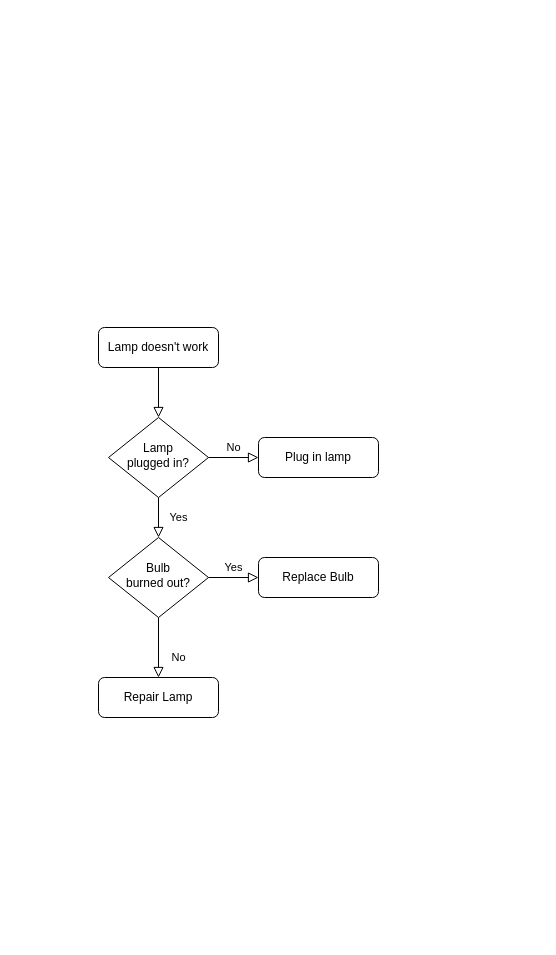
Above: Diagrama sem nome.drawio in ern85/diagramas (draw.io), before the change. Source tidied: cells renumbered, new cells numbered last; positions are measured from the earlier drawing's top-left corner, leaving out a move shared by most shapes. Both pictures are drawn from the tidied source at 100%, with x=0, y=0 at pixel (98, 327).
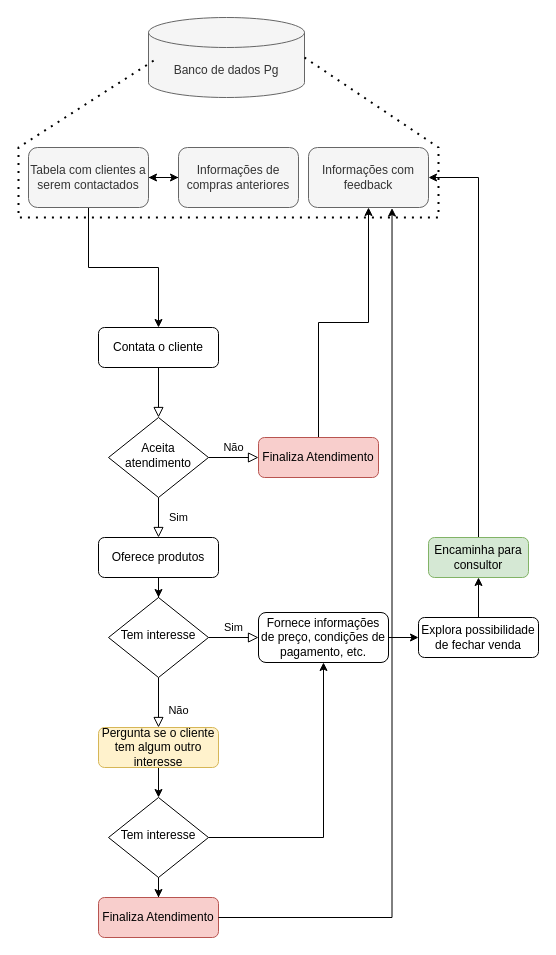
The same diagram, later.

Diff of the diagram source:
```diff
@@
-    <mxCell id="3" value="Lamp doesn't work" style="rounded=1;whiteSpace=wrap;html=1;fontSize=12;glass=0;strokeWidth=1;shadow=0;" parent="1" vertex="1">
+    <mxCell id="3" value="Contata o cliente" style="rounded=1;whiteSpace=wrap;html=1;fontSize=12;glass=0;strokeWidth=1;shadow=0;" parent="1" vertex="1">
       <mxGeometry width="120" height="40" as="geometry" />
     </mxCell>
-    <mxCell id="4" value="Yes" style="rounded=0;html=1;jettySize=auto;fontSize=11;endArrow=block;endFill=0;endSize=8;strokeWidth=1;shadow=0;labelBackgroundColor=none;edgeStyle=orthogonalEdgeStyle;" parent="1" edge="1" source="6" target="10">
+    <mxCell id="4" value="Sim" style="rounded=0;html=1;jettySize=auto;fontSize=11;endArrow=block;endFill=0;endSize=8;strokeWidth=1;shadow=0;labelBackgroundColor=none;edgeStyle=orthogonalEdgeStyle;entryX=0.5;entryY=0;entryDx=0;entryDy=0;" parent="1" edge="1" source="6" target="22">
       <mxGeometry y="20" relative="1" as="geometry" />
     </mxCell>
-    <mxCell id="5" value="No" style="edgeStyle=orthogonalEdgeStyle;rounded=0;html=1;jettySize=auto;fontSize=11;endArrow=block;endFill=0;endSize=8;strokeWidth=1;shadow=0;labelBackgroundColor=none;" parent="1" edge="1" source="6" target="7">
+    <mxCell id="5" value="Não" style="edgeStyle=orthogonalEdgeStyle;rounded=0;html=1;jettySize=auto;fontSize=11;endArrow=block;endFill=0;endSize=8;strokeWidth=1;shadow=0;labelBackgroundColor=none;" parent="1" edge="1" source="6" target="7">
       <mxGeometry y="10" relative="1" as="geometry" />
     </mxCell>
-    <mxCell id="6" value="Lamp&lt;br&gt;plugged in?" style="rhombus;whiteSpace=wrap;html=1;shadow=0;fontFamily=Helvetica;fontSize=12;align=center;strokeWidth=1;spacing=6;spacingTop=-4;" parent="1" vertex="1">
+    <mxCell id="6" value="Aceita atendimento" style="rhombus;whiteSpace=wrap;html=1;shadow=0;fontFamily=Helvetica;fontSize=12;align=center;strokeWidth=1;spacing=6;spacingTop=-4;" parent="1" vertex="1">
       <mxGeometry x="10" y="90" width="100" height="80" as="geometry" />
     </mxCell>
+    <mxCell id="13" style="edgeStyle=orthogonalEdgeStyle;rounded=0;jettySize=auto;html=1;" parent="1" edge="1" source="7" target="20">
+      <mxGeometry relative="1" as="geometry" />
+    </mxCell>
-    <mxCell id="7" value="Plug in lamp" style="rounded=1;whiteSpace=wrap;html=1;fontSize=12;glass=0;strokeWidth=1;shadow=0;" parent="1" vertex="1">
+    <mxCell id="7" value="Finaliza Atendimento" style="rounded=1;whiteSpace=wrap;html=1;fontSize=12;glass=0;strokeWidth=1;shadow=0;fillColor=#f8cecc;strokeColor=#b85450;" parent="1" vertex="1">
       <mxGeometry x="160" y="110" width="120" height="40" as="geometry" />
     </mxCell>
-    <mxCell id="8" value="No" style="rounded=0;html=1;jettySize=auto;fontSize=11;endArrow=block;endFill=0;endSize=8;strokeWidth=1;shadow=0;labelBackgroundColor=none;edgeStyle=orthogonalEdgeStyle;" parent="1" edge="1" source="10" target="11">
+    <mxCell id="8" value="Não" style="rounded=0;html=1;jettySize=auto;fontSize=11;endArrow=block;endFill=0;endSize=8;strokeWidth=1;shadow=0;labelBackgroundColor=none;edgeStyle=orthogonalEdgeStyle;" parent="1" edge="1" source="10" target="11">
       <mxGeometry x="0.33" y="20" relative="1" as="geometry" />
     </mxCell>
-    <mxCell id="9" value="Yes" style="edgeStyle=orthogonalEdgeStyle;rounded=0;html=1;jettySize=auto;fontSize=11;endArrow=block;endFill=0;endSize=8;strokeWidth=1;shadow=0;labelBackgroundColor=none;" parent="1" edge="1" source="10" target="12">
+    <mxCell id="9" value="Sim" style="edgeStyle=orthogonalEdgeStyle;rounded=0;html=1;jettySize=auto;fontSize=11;endArrow=block;endFill=0;endSize=8;strokeWidth=1;shadow=0;labelBackgroundColor=none;" parent="1" edge="1" source="10" target="12">
       <mxGeometry y="10" relative="1" as="geometry" />
     </mxCell>
-    <mxCell id="10" value="Bulb&lt;br&gt;burned out?" style="rhombus;whiteSpace=wrap;html=1;shadow=0;fontFamily=Helvetica;fontSize=12;align=center;strokeWidth=1;spacing=6;spacingTop=-4;" parent="1" vertex="1">
-      <mxGeometry x="10" y="210" width="100" height="80" as="geometry" />
+    <mxCell id="10" value="Tem interesse" style="rhombus;whiteSpace=wrap;html=1;shadow=0;fontFamily=Helvetica;fontSize=12;align=center;strokeWidth=1;spacing=6;spacingTop=-4;" parent="1" vertex="1">
+      <mxGeometry x="10" y="270" width="100" height="80" as="geometry" />
     </mxCell>
+    <mxCell id="14" style="edgeStyle=orthogonalEdgeStyle;rounded=0;jettySize=auto;html=1;" parent="1" edge="1" source="11" target="25">
+      <mxGeometry relative="1" as="geometry" />
+    </mxCell>
-    <mxCell id="11" value="Repair Lamp" style="rounded=1;whiteSpace=wrap;html=1;fontSize=12;glass=0;strokeWidth=1;shadow=0;" parent="1" vertex="1">
-      <mxGeometry y="350" width="120" height="40" as="geometry" />
+    <mxCell id="11" value="Pergunta se o cliente tem algum outro interesse" style="rounded=1;whiteSpace=wrap;html=1;fontSize=12;glass=0;strokeWidth=1;shadow=0;fillColor=#fff2cc;strokeColor=#d6b656;" parent="1" vertex="1">
+      <mxGeometry y="400" width="120" height="40" as="geometry" />
     </mxCell>
+    <mxCell id="15" style="edgeStyle=orthogonalEdgeStyle;rounded=0;jettySize=auto;html=1;" parent="1" edge="1" source="12" target="29">
+      <mxGeometry relative="1" as="geometry" />
+    </mxCell>
-    <mxCell id="12" value="Replace Bulb" style="rounded=1;whiteSpace=wrap;html=1;fontSize=12;glass=0;strokeWidth=1;shadow=0;" parent="1" vertex="1">
-      <mxGeometry x="160" y="230" width="120" height="40" as="geometry" />
+    <mxCell id="12" value="Fornece informações de preço, condições de pagamento, etc." style="rounded=1;whiteSpace=wrap;html=1;fontSize=12;glass=0;strokeWidth=1;shadow=0;" parent="1" vertex="1">
+      <mxGeometry x="160" y="285" width="130" height="50" as="geometry" />
     </mxCell>
+    <mxCell id="16" value="Banco de dados Pg" style="shape=cylinder3;whiteSpace=wrap;html=1;boundedLbl=1;backgroundOutline=1;size=15;fillColor=#f5f5f5;fontColor=#333333;strokeColor=#666666;" parent="1" vertex="1">
+      <mxGeometry x="50" y="-310" width="156" height="80" as="geometry" />
+    </mxCell>
+    <mxCell id="17" style="edgeStyle=orthogonalEdgeStyle;rounded=0;jettySize=auto;html=1;" parent="1" edge="1" source="18" target="34">
+      <mxGeometry relative="1" as="geometry" />
+    </mxCell>
+    <mxCell id="18" value="Informações de compras anteriores" style="rounded=1;whiteSpace=wrap;html=1;fillColor=#f5f5f5;fontColor=#333333;strokeColor=#666666;" parent="1" vertex="1">
+      <mxGeometry x="80" y="-180" width="120" height="60" as="geometry" />
+    </mxCell>
+    <mxCell id="19" style="endArrow=none;dashed=1;html=1;dashPattern=1 3;strokeWidth=2;rounded=0;exitX=1;exitY=0.5;exitDx=0;exitDy=0;exitPerimeter=0;" parent="1" edge="1" source="16">
+      <mxGeometry relative="1" as="geometry">
+        <mxPoint x="60" y="-270" as="targetPoint" />
+        <Array as="points">
+          <mxPoint x="340" y="-180" />
+          <mxPoint x="340" y="-110" />
+          <mxPoint x="-80" y="-110" />
+          <mxPoint x="-80" y="-180" />
+        </Array>
+      </mxGeometry>
+    </mxCell>
+    <mxCell id="20" value="Informações com feedback" style="rounded=1;whiteSpace=wrap;html=1;fillColor=#f5f5f5;fontColor=#333333;strokeColor=#666666;" parent="1" vertex="1">
+      <mxGeometry x="210" y="-180" width="120" height="60" as="geometry" />
+    </mxCell>
+    <mxCell id="21" style="edgeStyle=orthogonalEdgeStyle;rounded=0;jettySize=auto;html=1;" parent="1" edge="1" source="22" target="10">
+      <mxGeometry relative="1" as="geometry" />
+    </mxCell>
+    <mxCell id="22" value="Oferece produtos" style="rounded=1;whiteSpace=wrap;html=1;fontSize=12;glass=0;strokeWidth=1;shadow=0;" parent="1" vertex="1">
+      <mxGeometry y="210" width="120" height="40" as="geometry" />
+    </mxCell>
+    <mxCell id="23" style="edgeStyle=orthogonalEdgeStyle;rounded=0;jettySize=auto;html=1;entryX=0.5;entryY=1;entryDx=0;entryDy=0;" parent="1" edge="1" source="25" target="12">
+      <mxGeometry relative="1" as="geometry" />
+    </mxCell>
+    <mxCell id="24" style="edgeStyle=orthogonalEdgeStyle;rounded=0;jettySize=auto;html=1;" parent="1" edge="1" source="25" target="26">
+      <mxGeometry relative="1" as="geometry" />
+    </mxCell>
+    <mxCell id="25" value="Tem interesse" style="rhombus;whiteSpace=wrap;html=1;shadow=0;fontFamily=Helvetica;fontSize=12;align=center;strokeWidth=1;spacing=6;spacingTop=-4;" parent="1" vertex="1">
+      <mxGeometry x="10" y="470" width="100" height="80" as="geometry" />
+    </mxCell>
+    <mxCell id="26" value="Finaliza Atendimento" style="rounded=1;whiteSpace=wrap;html=1;fontSize=12;glass=0;strokeWidth=1;shadow=0;fillColor=#f8cecc;strokeColor=#b85450;" parent="1" vertex="1">
+      <mxGeometry y="570" width="120" height="40" as="geometry" />
+    </mxCell>
+    <mxCell id="27" style="edgeStyle=orthogonalEdgeStyle;rounded=0;jettySize=auto;html=1;entryX=0.696;entryY=1.01;entryDx=0;entryDy=0;entryPerimeter=0;" parent="1" edge="1" source="26" target="20">
+      <mxGeometry relative="1" as="geometry" />
+    </mxCell>
+    <mxCell id="28" style="edgeStyle=orthogonalEdgeStyle;rounded=0;jettySize=auto;html=1;" parent="1" edge="1" source="29" target="31">
+      <mxGeometry relative="1" as="geometry" />
+    </mxCell>
+    <mxCell id="29" value="Explora possibilidade de fechar venda" style="rounded=1;whiteSpace=wrap;html=1;fontSize=12;glass=0;strokeWidth=1;shadow=0;" parent="1" vertex="1">
+      <mxGeometry x="320" y="290" width="120" height="40" as="geometry" />
+    </mxCell>
+    <mxCell id="30" style="edgeStyle=orthogonalEdgeStyle;rounded=0;jettySize=auto;html=1;entryX=1;entryY=0.5;entryDx=0;entryDy=0;" parent="1" edge="1" source="31" target="20">
+      <mxGeometry relative="1" as="geometry" />
+    </mxCell>
+    <mxCell id="31" value="Encaminha para consultor" style="rounded=1;whiteSpace=wrap;html=1;fontSize=12;glass=0;strokeWidth=1;shadow=0;fillColor=#d5e8d4;strokeColor=#82b366;" parent="1" vertex="1">
+      <mxGeometry x="330" y="210" width="100" height="40" as="geometry" />
+    </mxCell>
+    <mxCell id="32" style="edgeStyle=orthogonalEdgeStyle;rounded=0;jettySize=auto;html=1;" parent="1" edge="1" source="34" target="18">
+      <mxGeometry relative="1" as="geometry" />
+    </mxCell>
+    <mxCell id="33" style="edgeStyle=orthogonalEdgeStyle;rounded=0;jettySize=auto;html=1;entryX=0.5;entryY=0;entryDx=0;entryDy=0;" parent="1" edge="1" source="34" target="3">
+      <mxGeometry relative="1" as="geometry" />
+    </mxCell>
+    <mxCell id="34" value="Tabela com clientes a serem contactados" style="rounded=1;whiteSpace=wrap;html=1;fillColor=#f5f5f5;fontColor=#333333;strokeColor=#666666;" parent="1" vertex="1">
+      <mxGeometry x="-70" y="-180" width="120" height="60" as="geometry" />
+    </mxCell>
```
